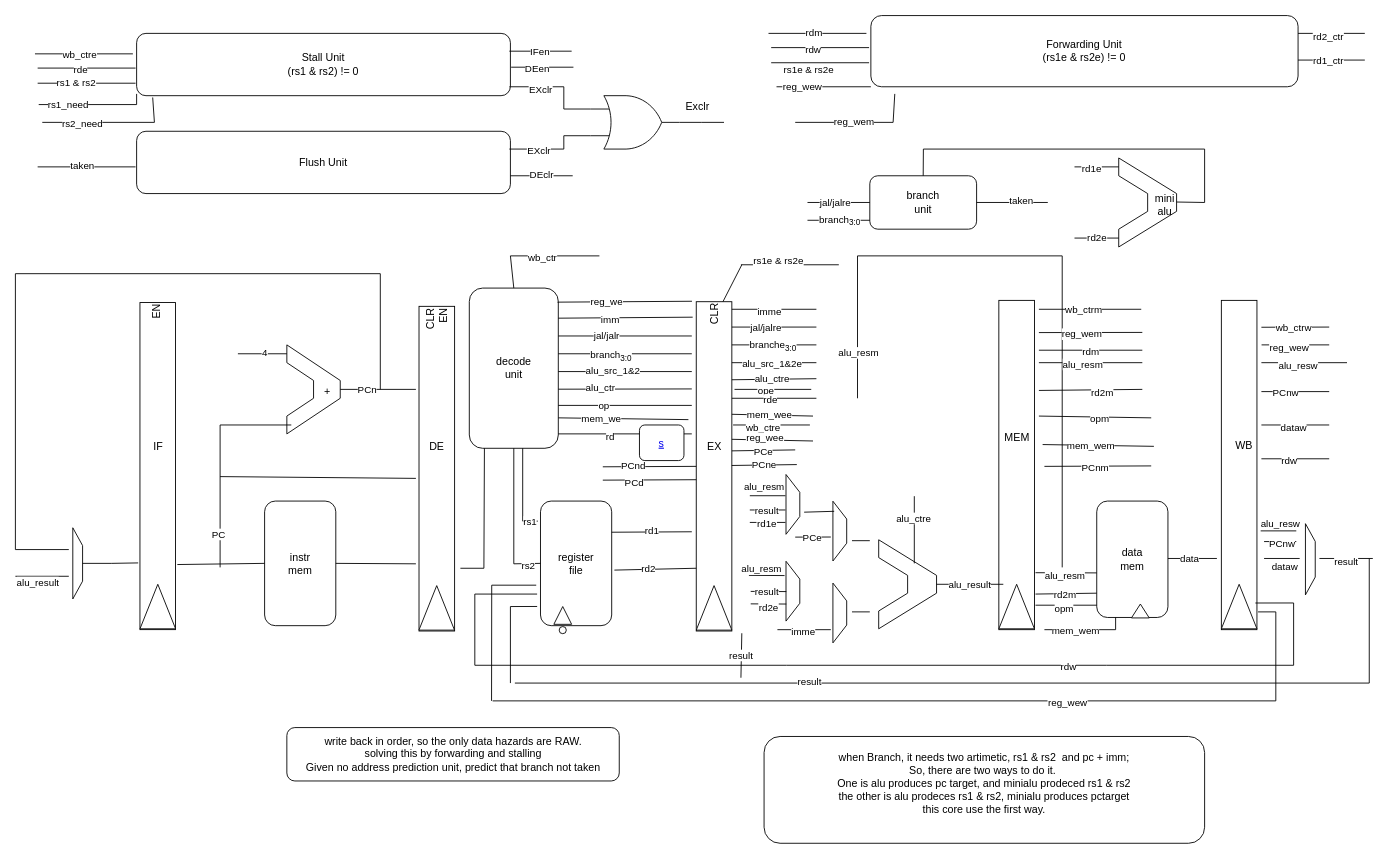
Before: Schematic.drawio in kanosukii/rvcore_5stages, a draw.io diagram. Source tidied: cells renumbered, new cells numbered last; positions are measured from the earlier drawing's top-left corner, leaving out a move shared by most shapes. Both pictures are drawn from the tidied source at 89%, with x=0, y=0 at pixel (-6, 15).
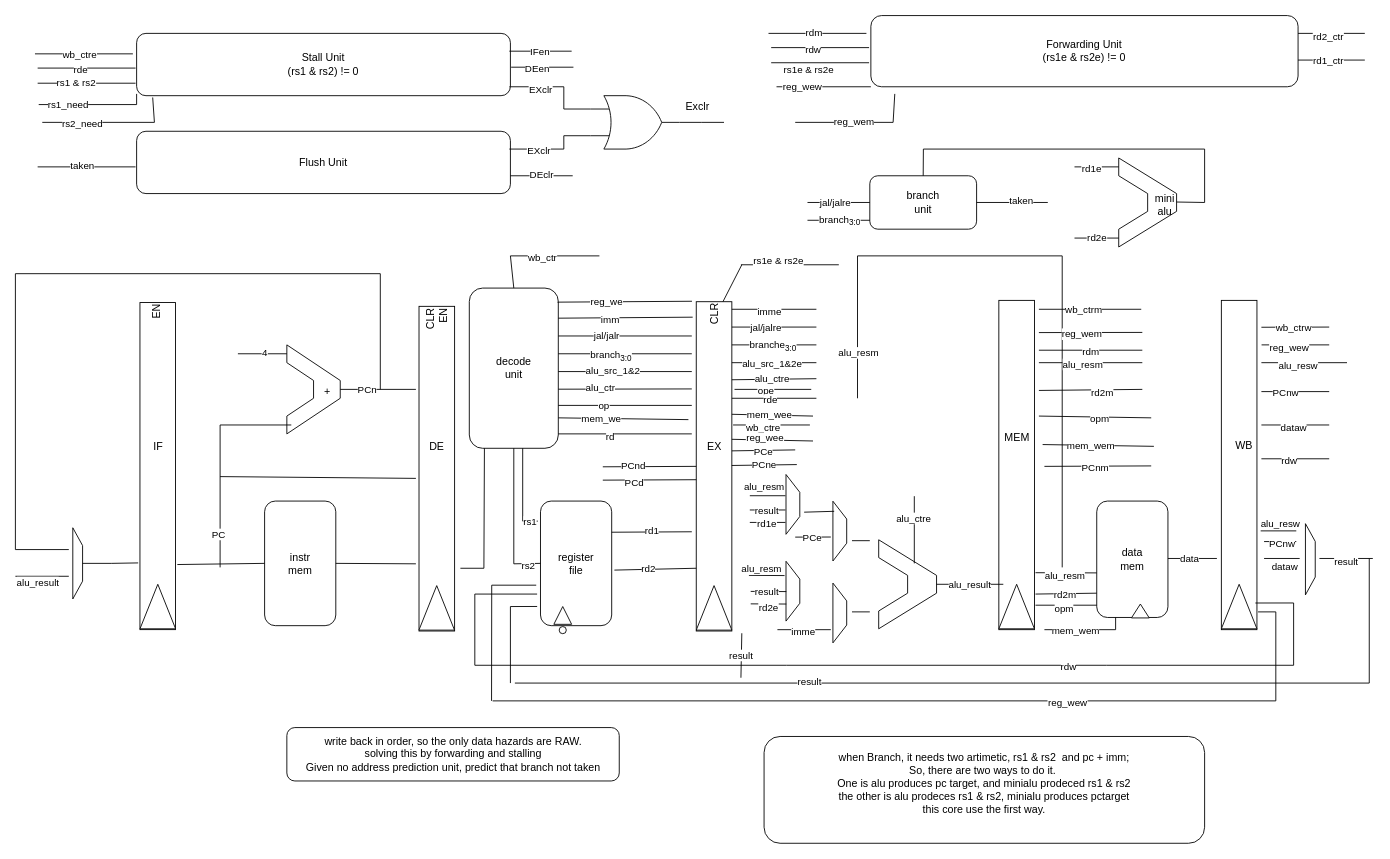
The same diagram, later.

Change to the diagram source:
```diff
@@
-    <mxCell id="259" value="s" style="fontColor=#0000EE;fontStyle=4;rounded=1;overflow=hidden;spacing=10;" parent="1" vertex="1">
-      <mxGeometry x="725" y="460" width="50" height="40" as="geometry" />
-    </mxCell>
```
